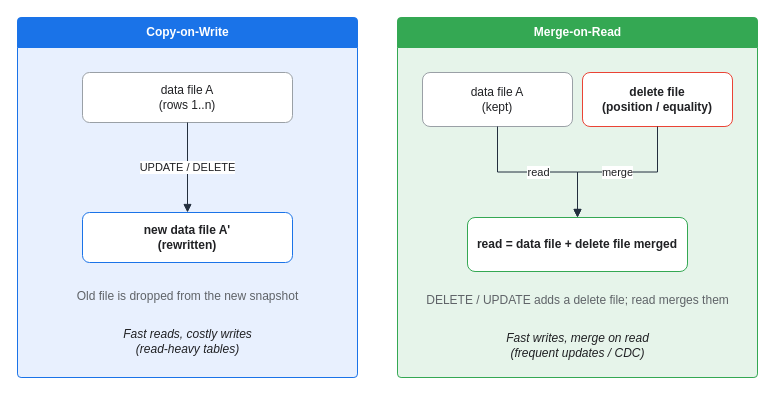
Earlier version of the draw.io diagram assets/img/aws/analytics-stack-11-iceberg-cow-vs-mor.drawio (KKamJi98/kkamji98.github.io). Source tidied: cells renumbered, new cells numbered last; positions are measured from the earlier drawing's top-left corner, leaving out a move shared by most shapes. Both pictures are drawn from the tidied source at 100%, with x=0, y=0 at pixel (17, 17).
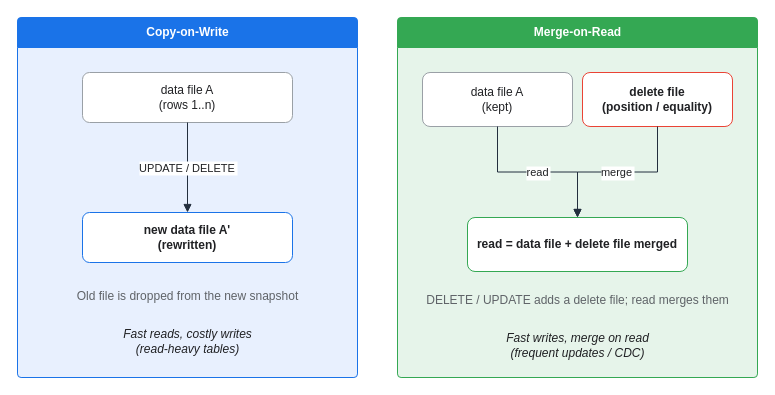
The same page after the edit.

Diff of the diagram source:
```diff
@@
 <mxGraphModel>
   <root>
     <mxCell id="0" />
     <mxCell id="1" parent="0" />
     <mxCell id="2" value="Copy-on-Write" style="swimlane;rounded=1;arcSize=4;html=1;startSize=30;fillColor=#1A73E8;fontColor=#FFFFFF;swimlaneFillColor=#E8F0FE;strokeColor=#1A73E8;fontStyle=1;shadow=0;" parent="1" vertex="1">
       <mxGeometry width="340" height="360" as="geometry" />
     </mxCell>
     <mxCell id="3" value="data file A&#10;(rows 1..n)" style="rounded=1;whiteSpace=wrap;html=1;arcSize=14;shadow=0;fillColor=#FFFFFF;strokeColor=#9AA0A6;fontColor=#202124;" parent="2" vertex="1">
       <mxGeometry x="65" y="55" width="210" height="50" as="geometry" />
     </mxCell>
     <mxCell id="4" value="new data file A'&#10;(rewritten)" style="rounded=1;whiteSpace=wrap;html=1;arcSize=14;shadow=0;fillColor=#FFFFFF;strokeColor=#1A73E8;fontColor=#202124;fontStyle=1;" parent="2" vertex="1">
       <mxGeometry x="65" y="195" width="210" height="50" as="geometry" />
     </mxCell>
     <mxCell id="5" value="Old file is dropped from the new snapshot" style="text;html=1;align=center;verticalAlign=middle;fontColor=#5F6368;" parent="2" vertex="1">
       <mxGeometry x="40" y="262" width="260" height="34" as="geometry" />
     </mxCell>
     <mxCell id="6" value="Fast reads, costly writes&#10;(read-heavy tables)" style="text;html=1;align=center;verticalAlign=middle;fontColor=#202124;fontStyle=2;" parent="2" vertex="1">
       <mxGeometry x="40" y="302" width="260" height="44" as="geometry" />
     </mxCell>
     <mxCell id="7" value="Merge-on-Read" style="swimlane;rounded=1;arcSize=4;html=1;startSize=30;fillColor=#34A853;fontColor=#FFFFFF;swimlaneFillColor=#E6F4EA;strokeColor=#34A853;fontStyle=1;shadow=0;" parent="1" vertex="1">
       <mxGeometry x="380" width="360" height="360" as="geometry" />
     </mxCell>
     <mxCell id="8" value="data file A&#10;(kept)" style="rounded=1;whiteSpace=wrap;html=1;arcSize=14;shadow=0;fillColor=#FFFFFF;strokeColor=#9AA0A6;fontColor=#202124;" parent="7" vertex="1">
       <mxGeometry x="25" y="55" width="150" height="54" as="geometry" />
     </mxCell>
     <mxCell id="9" value="delete file&#10;(position / equality)" style="rounded=1;whiteSpace=wrap;html=1;arcSize=14;shadow=0;fillColor=#FFFFFF;strokeColor=#EA4335;fontColor=#202124;fontStyle=1;" parent="7" vertex="1">
       <mxGeometry x="185" y="55" width="150" height="54" as="geometry" />
     </mxCell>
     <mxCell id="10" value="read = data file + delete file merged" style="rounded=1;whiteSpace=wrap;html=1;arcSize=14;shadow=0;fillColor=#FFFFFF;strokeColor=#34A853;fontColor=#202124;fontStyle=1;" parent="7" vertex="1">
       <mxGeometry x="70" y="200" width="220" height="54" as="geometry" />
     </mxCell>
     <mxCell id="11" value="DELETE / UPDATE adds a delete file; read merges them" style="text;html=1;align=center;verticalAlign=middle;fontColor=#5F6368;" parent="7" vertex="1">
       <mxGeometry x="40" y="266" width="280" height="34" as="geometry" />
     </mxCell>
     <mxCell id="12" value="Fast writes, merge on read&#10;(frequent updates / CDC)" style="text;html=1;align=center;verticalAlign=middle;fontColor=#202124;fontStyle=2;" parent="7" vertex="1">
       <mxGeometry x="40" y="306" width="280" height="44" as="geometry" />
     </mxCell>
-    <mxCell id="13" value="UPDATE / DELETE" style="edgeStyle=orthogonalEdgeStyle;rounded=0;html=1;endArrow=block;strokeColor=#232F3E;fontColor=#202124;labelBackgroundColor=#FFFFFF;" parent="1" edge="1" source="3" target="4">
+    <mxCell id="13" value="UPDATE / DELETE" style="edgeStyle=orthogonalEdgeStyle;rounded=0;html=0;endArrow=block;strokeColor=#232F3E;fontColor=#202124;labelBackgroundColor=#FFFFFF;" parent="1" edge="1" source="3" target="4">
       <mxGeometry relative="1" as="geometry" />
     </mxCell>
-    <mxCell id="14" value="read" style="edgeStyle=orthogonalEdgeStyle;rounded=0;html=1;endArrow=block;strokeColor=#232F3E;fontColor=#202124;labelBackgroundColor=#FFFFFF;" parent="1" edge="1" source="8" target="10">
+    <mxCell id="14" value="read" style="edgeStyle=orthogonalEdgeStyle;rounded=0;html=0;endArrow=block;strokeColor=#232F3E;fontColor=#202124;labelBackgroundColor=#FFFFFF;" parent="1" edge="1" source="8" target="10">
       <mxGeometry relative="1" as="geometry" />
     </mxCell>
-    <mxCell id="15" value="merge" style="edgeStyle=orthogonalEdgeStyle;rounded=0;html=1;endArrow=block;strokeColor=#232F3E;fontColor=#202124;labelBackgroundColor=#FFFFFF;" parent="1" edge="1" source="9" target="10">
+    <mxCell id="15" value="merge" style="edgeStyle=orthogonalEdgeStyle;rounded=0;html=0;endArrow=block;strokeColor=#232F3E;fontColor=#202124;labelBackgroundColor=#FFFFFF;" parent="1" edge="1" source="9" target="10">
       <mxGeometry relative="1" as="geometry" />
     </mxCell>
   </root>
 </mxGraphModel>
```
